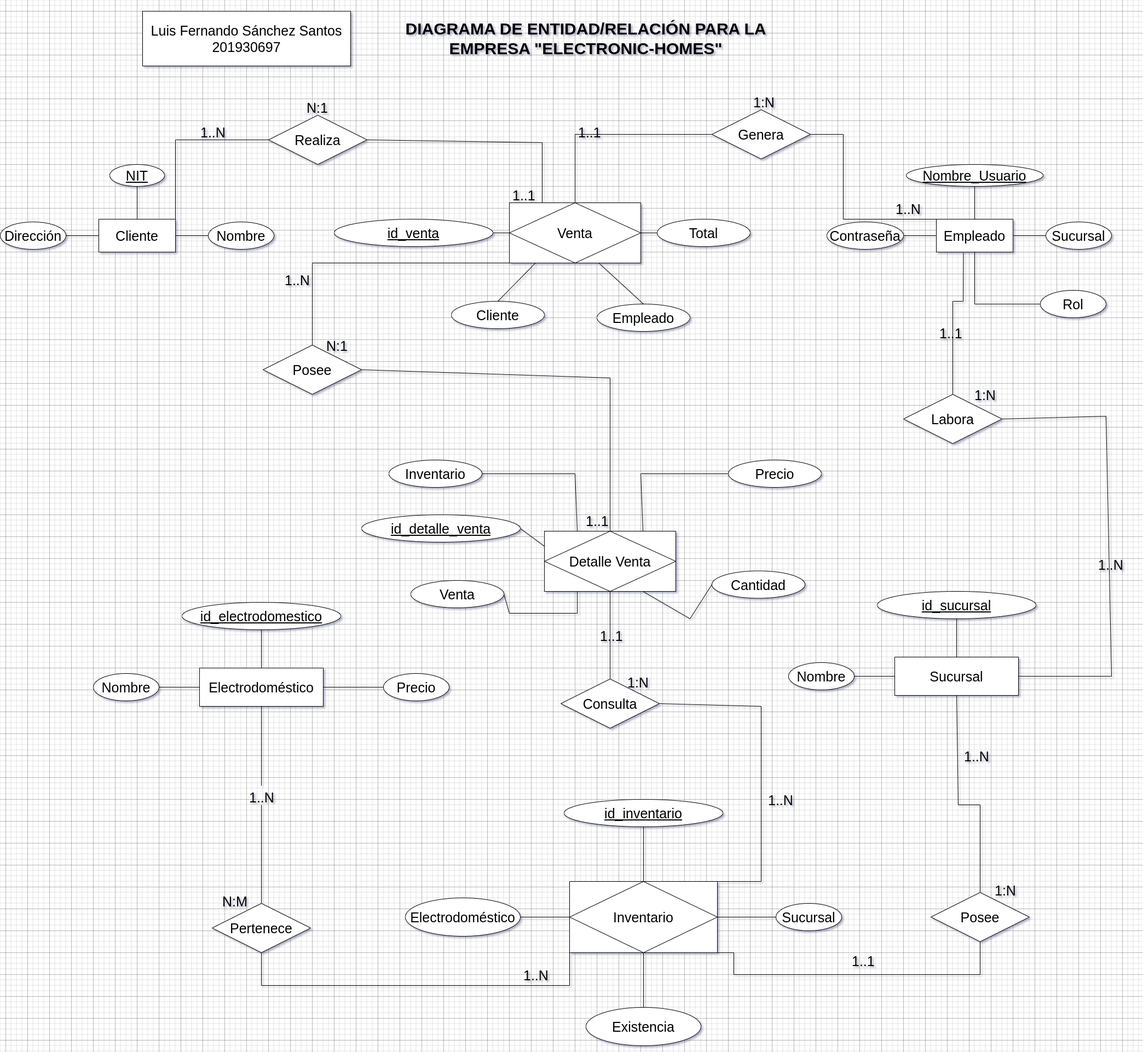
This is SQL DB/Diagrama de Entidad Relacion.png from Wichis2001/DemoProject1-Files, a draw.io export, as it was before one commit. Source tidied: cells renumbered, new cells last; positions are measured from the earlier drawing's top-left corner, leaving out a move shared by most shapes.
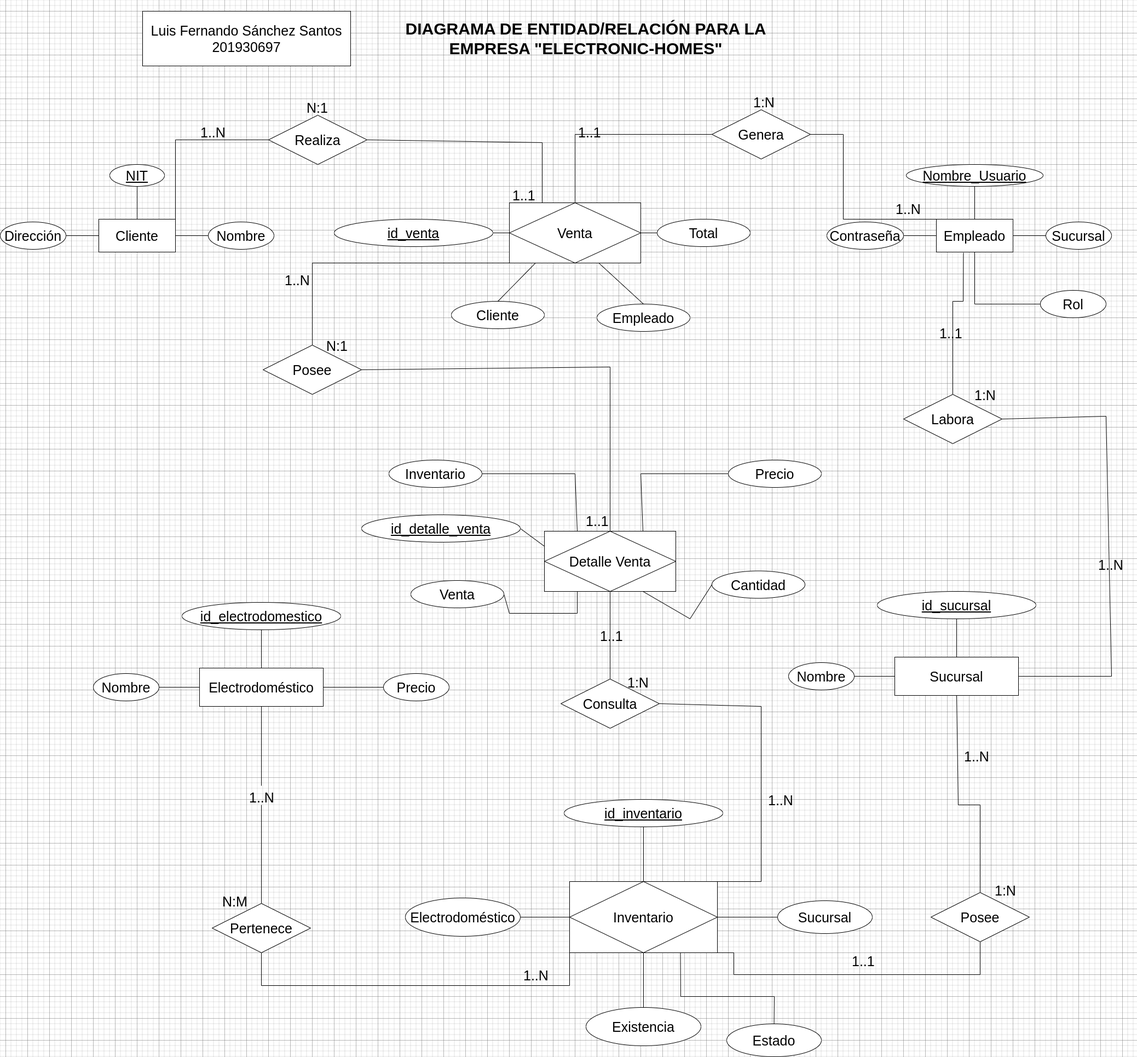
After the change.

Change to the diagram source:
```diff
@@ -136,7 +136,7 @@
       <mxGeometry x="1030" y="1460" width="290" height="50" as="geometry" />
     </mxCell>
     <mxCell id="41" value="Sucursal" style="ellipse;whiteSpace=wrap;html=1;align=center;fontSize=25;" parent="1" vertex="1">
-      <mxGeometry x="1417" y="1650" width="120" height="50" as="geometry" />
+      <mxGeometry x="1420" y="1645" width="173" height="60" as="geometry" />
     </mxCell>
     <mxCell id="42" value="Electrodoméstico" style="ellipse;whiteSpace=wrap;html=1;align=center;fontSize=25;" parent="1" vertex="1">
       <mxGeometry x="740" y="1640" width="210" height="70" as="geometry" />
@@ -378,7 +378,7 @@
     <mxCell id="100" style="endArrow=none;html=1;rounded=0;fontSize=25;exitX=0.5;exitY=0;exitDx=0;exitDy=0;entryX=1;entryY=0.5;entryDx=0;entryDy=0;" parent="1" edge="1" source="79" target="91">
       <mxGeometry relative="1" as="geometry">
         <Array as="points">
-          <mxPoint x="1114" y="690" />
+          <mxPoint x="1114" y="670" />
         </Array>
       </mxGeometry>
     </mxCell>
@@ -398,5 +398,16 @@
     <mxCell id="104" value="N:1" style="text;strokeColor=none;fillColor=none;spacingLeft=4;spacingRight=4;overflow=hidden;fontSize=25;" parent="1" vertex="1">
       <mxGeometry x="590" y="610" width="76" height="35" as="geometry" />
     </mxCell>
+    <mxCell id="105" value="Estado" style="ellipse;whiteSpace=wrap;html=1;align=center;fontSize=25;" parent="1" vertex="1">
+      <mxGeometry x="1327" y="1870" width="173" height="60" as="geometry" />
+    </mxCell>
+    <mxCell id="106" style="endArrow=none;html=1;rounded=0;fontSize=25;exitX=0.75;exitY=1;exitDx=0;exitDy=0;entryX=0.5;entryY=0;entryDx=0;entryDy=0;" parent="1" edge="1" source="39" target="105">
+      <mxGeometry relative="1" as="geometry">
+        <Array as="points">
+          <mxPoint x="1243" y="1820" />
+          <mxPoint x="1414" y="1820" />
+        </Array>
+      </mxGeometry>
+    </mxCell>
   </root>
 </mxGraphModel>
```
